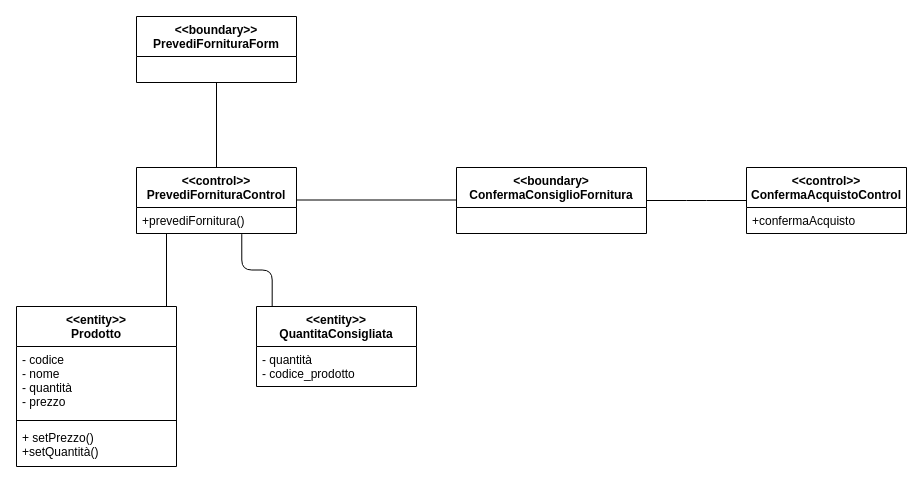
Above: Object&SequenceDiagram/OD_4.drawio in Ciro-Fusco/NewDM (draw.io), before the change. Source tidied: cells renumbered, new cells numbered last; positions are measured from the earlier drawing's top-left corner, leaving out a move shared by most shapes. Both pictures are drawn from the tidied source at 100%, with x=0, y=0 at pixel (16, 16).
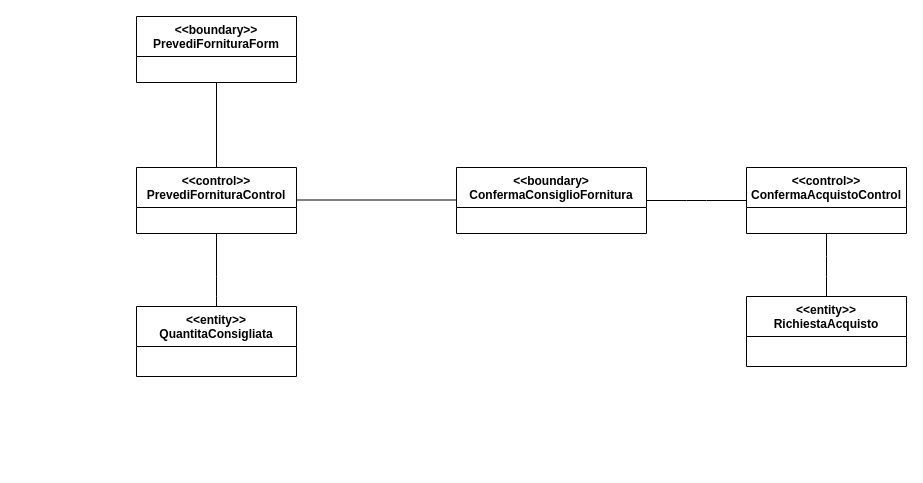
Above is the later version.

The change refers to these unchanged cells:
```xml
<mxCell id="3" value="&lt;&lt;control&gt;&gt;&#10;PrevediFornituraControl" style="swimlane;fontStyle=1;align=center;verticalAlign=top;horizontal=1;startSize=40;" parent="1" vertex="1">
  <mxGeometry x="120" y="151" width="160" height="66" as="geometry" />
</mxCell>
<mxCell id="16" value="&lt;&lt;control&gt;&gt;&#10;ConfermaAcquistoControl" style="swimlane;fontStyle=1;align=center;verticalAlign=top;horizontal=1;startSize=40;" parent="1" vertex="1">
  <mxGeometry x="730" y="151" width="160" height="66" as="geometry" />
</mxCell>
```

Diff of the diagram source:
```diff
@@
-    <mxCell id="4" value="+prevediFornitura()" style="text;strokeColor=none;fillColor=none;align=left;verticalAlign=top;spacingLeft=4;spacingRight=4;overflow=hidden;points=[[0,0.5],[1,0.5]];portConstraint=eastwest;" parent="3" vertex="1">
-      <mxGeometry y="40" width="160" height="26" as="geometry" />
-    </mxCell>
@@
     <mxCell id="7" value="&lt;&lt;entity&gt;&gt;&#10;QuantitaConsigliata" style="swimlane;fontStyle=1;align=center;verticalAlign=top;horizontal=1;startSize=40;" parent="1" vertex="1">
-      <mxGeometry x="240" y="290" width="160" height="80" as="geometry" />
+      <mxGeometry x="120" y="290" width="160" height="70" as="geometry" />
     </mxCell>
-    <mxCell id="8" value="- quantità&#10;- codice_prodotto" style="text;strokeColor=none;fillColor=none;align=left;verticalAlign=top;spacingLeft=4;spacingRight=4;overflow=hidden;" parent="7" vertex="1">
-      <mxGeometry y="40" width="160" height="40" as="geometry" />
-    </mxCell>
-    <mxCell id="9" value="&lt;&lt;entity&gt;&gt;&#10;Prodotto" style="swimlane;fontStyle=1;align=center;verticalAlign=top;horizontal=1;startSize=40;" parent="1" vertex="1">
-      <mxGeometry y="290" width="160" height="160" as="geometry" />
-    </mxCell>
-    <mxCell id="10" value="- codice&#10;- nome&#10;- quantità&#10;- prezzo" style="text;strokeColor=none;fillColor=none;align=left;verticalAlign=top;spacingLeft=4;spacingRight=4;overflow=hidden;" parent="9" vertex="1">
-      <mxGeometry y="40" width="160" height="70" as="geometry" />
-    </mxCell>
-    <mxCell id="11" style="line;strokeWidth=1;fillColor=none;align=left;verticalAlign=middle;spacingTop=-1;spacingLeft=3;spacingRight=3;labelPosition=right;" parent="9" vertex="1">
-      <mxGeometry y="110" width="160" height="8" as="geometry" />
-    </mxCell>
-    <mxCell id="12" value="+ setPrezzo()&#10;+setQuantità()" style="text;strokeColor=none;fillColor=none;align=left;verticalAlign=top;spacingLeft=4;spacingRight=4;overflow=hidden;" parent="9" vertex="1">
-      <mxGeometry y="118" width="160" height="42" as="geometry" />
-    </mxCell>
-    <mxCell id="13" style="endArrow=none;html=1;edgeStyle=orthogonalEdgeStyle;" parent="1" edge="1" source="4">
-      <mxGeometry relative="1" as="geometry">
-        <mxPoint x="150" y="290" as="targetPoint" />
-        <Array as="points">
-          <mxPoint x="150" y="290" />
-        </Array>
-      </mxGeometry>
-    </mxCell>
-    <mxCell id="14" style="endArrow=none;html=1;edgeStyle=orthogonalEdgeStyle;exitX=0.658;exitY=1.023;exitDx=0;exitDy=0;entryX=0.098;entryY=-0.005;entryDx=0;entryDy=0;exitPerimeter=0;entryPerimeter=0;" parent="1" edge="1" source="4" target="7">
-      <mxGeometry relative="1" as="geometry" />
+    <mxCell id="14" style="endArrow=none;html=1;edgeStyle=orthogonalEdgeStyle;exitX=0.5;exitY=1;exitDx=0;exitDy=0;" parent="1" edge="1" source="3">
+      <mxGeometry relative="1" as="geometry">
+        <mxPoint x="200" y="290" as="targetPoint" />
+        <Array as="points">
+          <mxPoint x="200" y="270" />
+          <mxPoint x="200" y="270" />
+        </Array>
+      </mxGeometry>
     </mxCell>
@@
-    <mxCell id="17" value="+confermaAcquisto" style="text;strokeColor=none;fillColor=none;align=left;verticalAlign=top;spacingLeft=4;spacingRight=4;overflow=hidden;" parent="16" vertex="1">
-      <mxGeometry y="40" width="160" height="26" as="geometry" />
-    </mxCell>
@@
+    <mxCell id="19" value="&lt;&lt;entity&gt;&gt;&#10;RichiestaAcquisto" style="swimlane;fontStyle=1;align=center;verticalAlign=top;horizontal=1;startSize=40;" parent="1" vertex="1">
+      <mxGeometry x="730" y="280" width="160" height="70" as="geometry" />
+    </mxCell>
+    <mxCell id="20" style="endArrow=none;html=1;edgeStyle=orthogonalEdgeStyle;exitX=0.5;exitY=1;exitDx=0;exitDy=0;entryX=0.5;entryY=0;entryDx=0;entryDy=0;" parent="1" edge="1" source="16" target="19">
+      <mxGeometry relative="1" as="geometry">
+        <Array as="points">
+          <mxPoint x="810" y="250" />
+          <mxPoint x="810" y="250" />
+        </Array>
+      </mxGeometry>
+    </mxCell>
```
